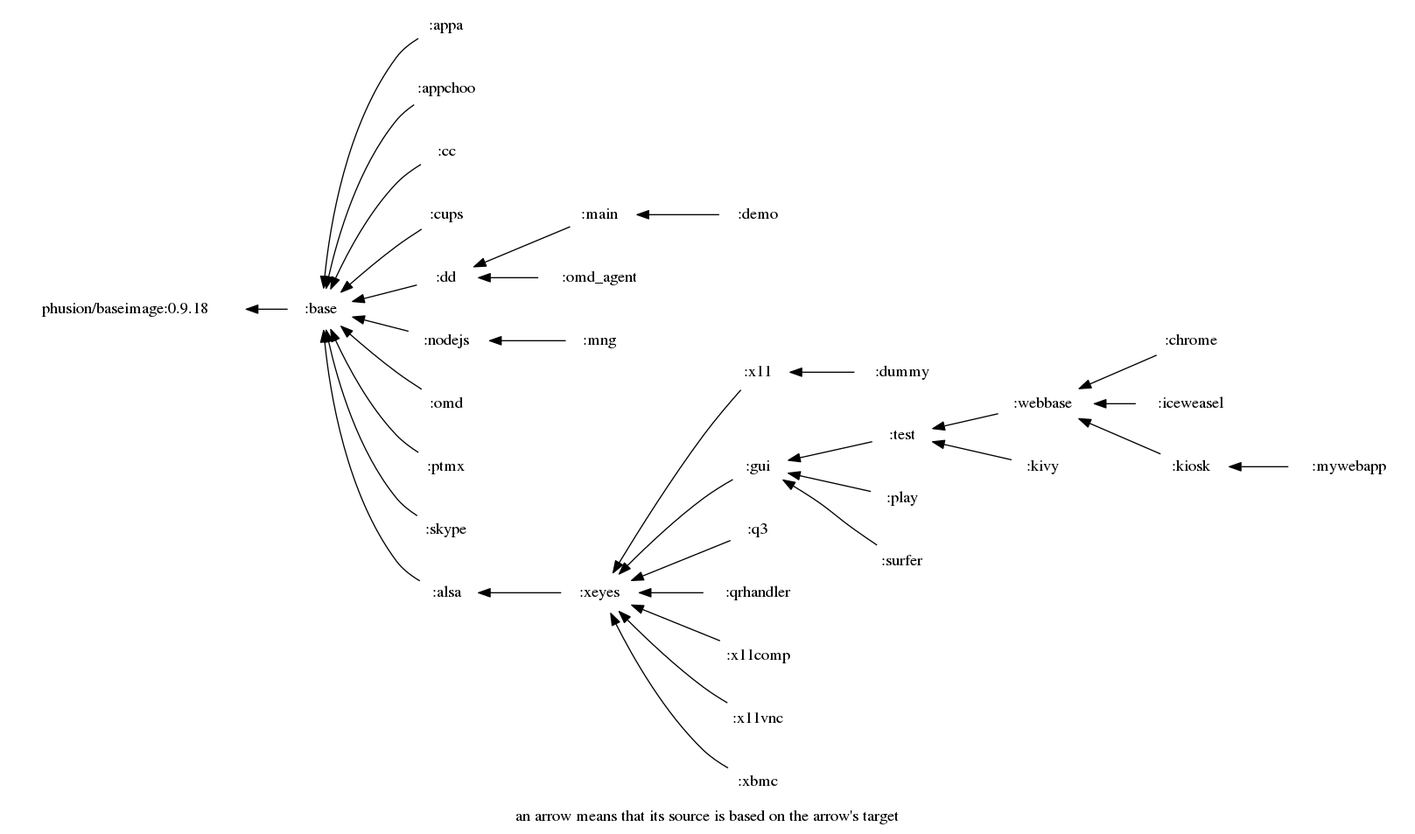
Above: docs/deps.png in hilbert/hilbert-docker-images (Graphviz), before the change. Its source is kept beside it as docs/deps.dot.
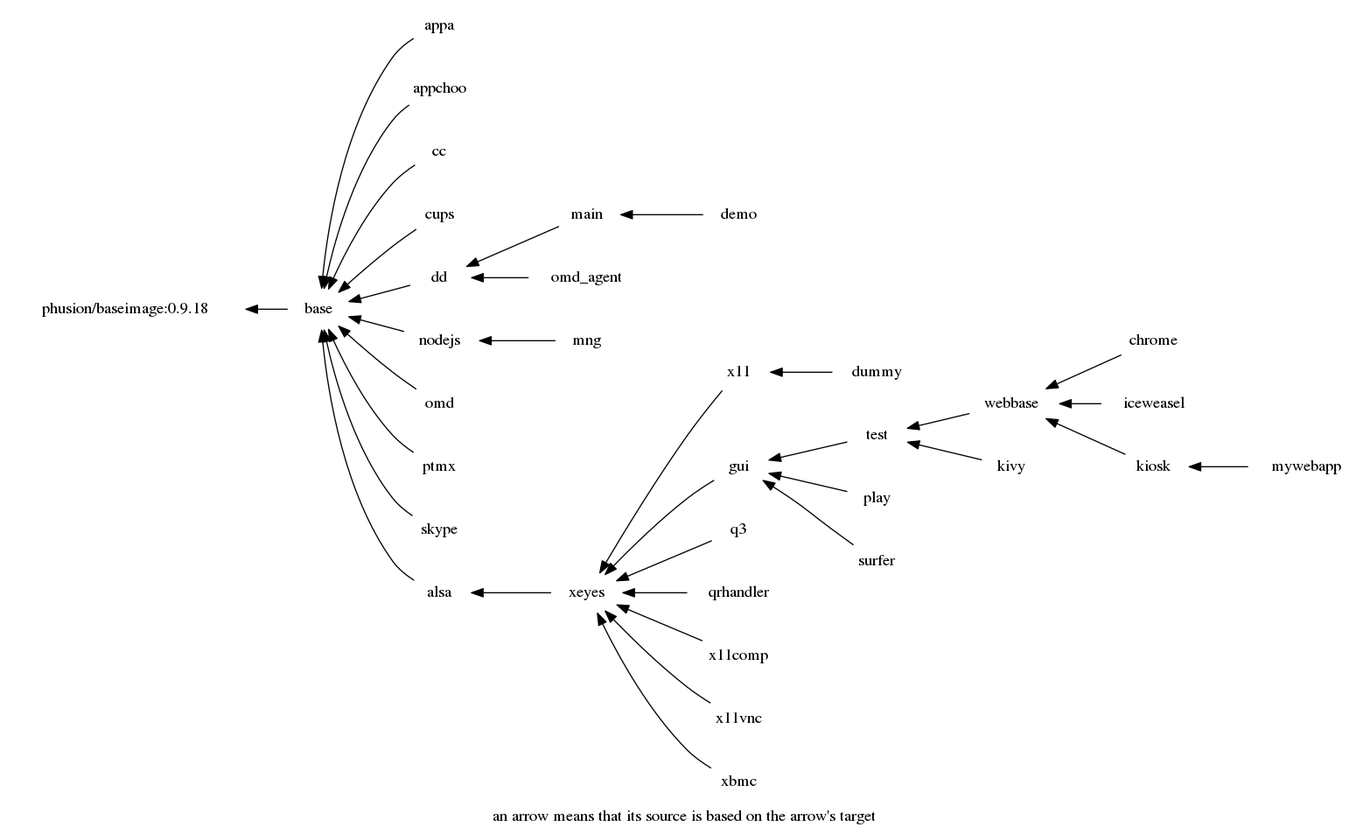
The same diagram one commit later.

Change to the diagram source:
```diff
@@ -1,35 +1,35 @@
 digraph deps{ graph [label="an arrow means that its source is based on the arrow's target", labelloc=b]; node [color=white]; rankdir = RL;
-":alsa" -> ":base" ;
-":appa" -> ":base" ;
-":appchoo" -> ":base" ;
-":base" -> "phusion/baseimage:0.9.18" ;
-":cc" -> ":base" ;
-":chrome" -> ":webbase" ;
-":cups" -> ":base" ;
-":dd" -> ":base" ;
-":demo" -> ":main" ;
-":dummy" -> ":x11" ;
-":gui" -> ":xeyes" ;
-":iceweasel" -> ":webbase" ;
-":kiosk" -> ":webbase" ;
-":kivy" -> ":test" ;
-":main" -> ":dd" ;
-":mng" -> ":nodejs" ;
-":mywebapp" -> ":kiosk" ;
-":nodejs" -> ":base" ;
-":omd" -> ":base" ;
-":omd_agent" -> ":dd" ;
-":play" -> ":gui" ;
-":ptmx" -> ":base" ;
-":q3" -> ":xeyes" ;
-":qrhandler" -> ":xeyes" ;
-":skype" -> ":base" ;
-":surfer" -> ":gui" ;
-":test" -> ":gui" ;
-":webbase" -> ":test" ;
-":x11" -> ":xeyes" ;
-":x11comp" -> ":xeyes" ;
-":x11vnc" -> ":xeyes" ;
-":xbmc" -> ":xeyes" ;
-":xeyes" -> ":alsa" ;
+"alsa" -> "base" ;
+"appa" -> "base" ;
+"appchoo" -> "base" ;
+"base" -> "phusion/baseimage:0.9.18" ;
+"cc" -> "base" ;
+"chrome" -> "webbase" ;
+"cups" -> "base" ;
+"dd" -> "base" ;
+"demo" -> "main" ;
+"dummy" -> "x11" ;
+"gui" -> "xeyes" ;
+"iceweasel" -> "webbase" ;
+"kiosk" -> "webbase" ;
+"kivy" -> "test" ;
+"main" -> "dd" ;
+"mng" -> "nodejs" ;
+"mywebapp" -> "kiosk" ;
+"nodejs" -> "base" ;
+"omd" -> "base" ;
+"omd_agent" -> "dd" ;
+"play" -> "gui" ;
+"ptmx" -> "base" ;
+"q3" -> "xeyes" ;
+"qrhandler" -> "xeyes" ;
+"skype" -> "base" ;
+"surfer" -> "gui" ;
+"test" -> "gui" ;
+"webbase" -> "test" ;
+"x11" -> "xeyes" ;
+"x11comp" -> "xeyes" ;
+"x11vnc" -> "xeyes" ;
+"xbmc" -> "xeyes" ;
+"xeyes" -> "alsa" ;
 }
```
